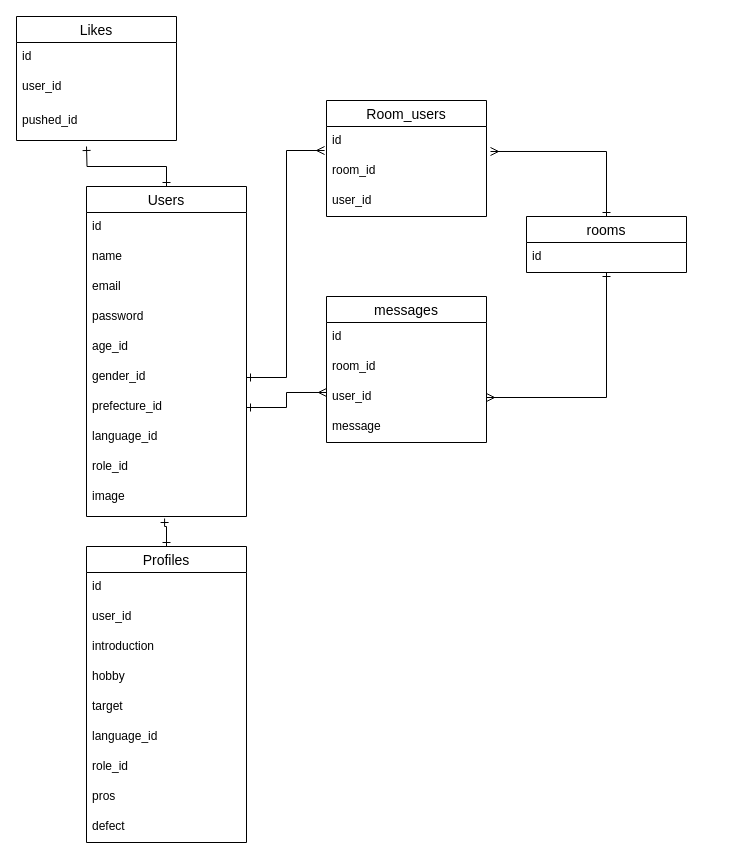
Before: ER図.dio in kiiii8r/e_matching_app, a draw.io diagram. Source tidied: cells renumbered, new cells numbered last; positions are measured from the earlier drawing's top-left corner, leaving out a move shared by most shapes. Both pictures are drawn from the tidied source at 100%, with x=0, y=0 at pixel (16, 16).
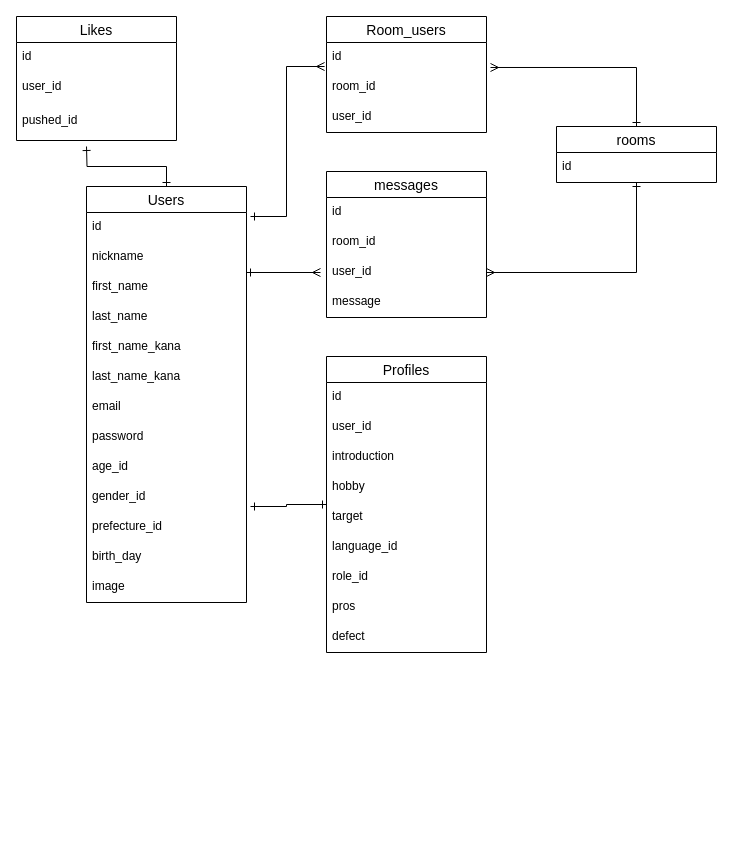
The same diagram, later.

Unchanged cells that the change refers to:
```xml
<mxCell id="22" value="id" style="text;strokeColor=none;fillColor=none;spacingLeft=4;spacingRight=4;overflow=hidden;points=[[0,0.5],[1,0.5]];portConstraint=eastwest;fontSize=12;" parent="21" vertex="1">
  <mxGeometry y="26" width="160" height="30" as="geometry" />
</mxCell>
<mxCell id="28" value="user_id" style="text;strokeColor=none;fillColor=none;spacingLeft=4;spacingRight=4;overflow=hidden;points=[[0,0.5],[1,0.5]];portConstraint=eastwest;fontSize=12;" parent="25" vertex="1">
  <mxGeometry y="86" width="160" height="30" as="geometry" />
</mxCell>
```

What changed in the source:
```diff
@@
-    <mxCell id="6" style="edgeStyle=orthogonalEdgeStyle;rounded=0;jettySize=auto;html=1;endArrow=ERone;endFill=0;startArrow=ERone;startFill=0;entryX=0.488;entryY=1.059;entryDx=0;entryDy=0;entryPerimeter=0;" parent="1" edge="1" source="34" target="18">
-      <mxGeometry relative="1" as="geometry">
-        <Array as="points">
-          <mxPoint x="150" y="510" />
-          <mxPoint x="148" y="510" />
-        </Array>
-      </mxGeometry>
+    <mxCell id="6" style="edgeStyle=orthogonalEdgeStyle;rounded=0;jettySize=auto;html=1;endArrow=ERone;endFill=0;startArrow=ERone;startFill=0;entryX=1.025;entryY=0.8;entryDx=0;entryDy=0;entryPerimeter=0;" parent="1" edge="1" source="34" target="14">
+      <mxGeometry relative="1" as="geometry" />
     </mxCell>
@@
     <mxCell id="8" value="Users" style="swimlane;fontStyle=0;horizontal=1;startSize=26;align=center;fontSize=14;" parent="1" vertex="1">
-      <mxGeometry x="70" y="170" width="160" height="330" as="geometry" />
+      <mxGeometry x="70" y="170" width="160" height="416" as="geometry" />
     </mxCell>
@@
-    <mxCell id="10" value="name" style="text;strokeColor=none;fillColor=none;spacingLeft=4;spacingRight=4;overflow=hidden;fontSize=12;" parent="8" vertex="1">
+    <mxCell id="10" value="nickname" style="text;strokeColor=none;fillColor=none;spacingLeft=4;spacingRight=4;overflow=hidden;fontSize=12;" parent="8" vertex="1">
       <mxGeometry y="56" width="160" height="30" as="geometry" />
     </mxCell>
-    <mxCell id="11" value="email" style="text;strokeColor=none;fillColor=none;spacingLeft=4;spacingRight=4;overflow=hidden;fontSize=12;" parent="8" vertex="1">
+    <mxCell id="11" value="first_name" style="text;strokeColor=none;fillColor=none;spacingLeft=4;spacingRight=4;overflow=hidden;fontSize=12;" parent="8" vertex="1">
       <mxGeometry y="86" width="160" height="30" as="geometry" />
     </mxCell>
+    <mxCell id="31" style="edgeStyle=orthogonalEdgeStyle;rounded=0;orthogonalLoop=1;jettySize=auto;html=1;startArrow=ERone;startFill=0;endArrow=ERmany;endFill=0;" parent="8" edge="1">
+      <mxGeometry relative="1" as="geometry">
+        <mxPoint x="160" y="86" as="sourcePoint" />
+        <mxPoint x="234" y="86" as="targetPoint" />
+        <Array as="points">
+          <mxPoint x="160" y="86" />
+          <mxPoint x="234" y="86" />
+        </Array>
+      </mxGeometry>
+    </mxCell>
+    <mxCell id="44" value="last_name" style="text;strokeColor=none;fillColor=none;spacingLeft=4;spacingRight=4;overflow=hidden;fontSize=12;" parent="8" vertex="1">
+      <mxGeometry y="116" width="160" height="30" as="geometry" />
+    </mxCell>
+    <mxCell id="45" value="first_name_kana" style="text;strokeColor=none;fillColor=none;spacingLeft=4;spacingRight=4;overflow=hidden;fontSize=12;" parent="8" vertex="1">
+      <mxGeometry y="146" width="160" height="30" as="geometry" />
+    </mxCell>
+    <mxCell id="46" value="last_name_kana" style="text;strokeColor=none;fillColor=none;spacingLeft=4;spacingRight=4;overflow=hidden;fontSize=12;" parent="8" vertex="1">
+      <mxGeometry y="176" width="160" height="30" as="geometry" />
+    </mxCell>
+    <mxCell id="47" value="email" style="text;strokeColor=none;fillColor=none;spacingLeft=4;spacingRight=4;overflow=hidden;fontSize=12;" parent="8" vertex="1">
+      <mxGeometry y="206" width="160" height="30" as="geometry" />
+    </mxCell>
     <mxCell id="12" value="password" style="text;strokeColor=none;fillColor=none;spacingLeft=4;spacingRight=4;overflow=hidden;fontSize=12;" parent="8" vertex="1">
-      <mxGeometry y="116" width="160" height="30" as="geometry" />
+      <mxGeometry y="236" width="160" height="30" as="geometry" />
     </mxCell>
     <mxCell id="13" value="age_id" style="text;strokeColor=none;fillColor=none;spacingLeft=4;spacingRight=4;overflow=hidden;fontSize=12;" parent="8" vertex="1">
-      <mxGeometry y="146" width="160" height="30" as="geometry" />
+      <mxGeometry y="266" width="160" height="30" as="geometry" />
     </mxCell>
     <mxCell id="14" value="gender_id" style="text;strokeColor=none;fillColor=none;spacingLeft=4;spacingRight=4;overflow=hidden;points=[[0,0.5],[1,0.5]];portConstraint=eastwest;fontSize=12;" parent="8" vertex="1">
-      <mxGeometry y="176" width="160" height="30" as="geometry" />
+      <mxGeometry y="296" width="160" height="30" as="geometry" />
     </mxCell>
     <mxCell id="15" value="prefecture_id" style="text;strokeColor=none;fillColor=none;spacingLeft=4;spacingRight=4;overflow=hidden;points=[[0,0.5],[1,0.5]];portConstraint=eastwest;fontSize=12;" parent="8" vertex="1">
-      <mxGeometry y="206" width="160" height="30" as="geometry" />
+      <mxGeometry y="326" width="160" height="30" as="geometry" />
     </mxCell>
-    <mxCell id="16" value="language_id" style="text;strokeColor=none;fillColor=none;spacingLeft=4;spacingRight=4;overflow=hidden;fontSize=12;" parent="8" vertex="1">
-      <mxGeometry y="236" width="160" height="30" as="geometry" />
-    </mxCell>
-    <mxCell id="17" value="role_id&#10;" style="text;strokeColor=none;fillColor=none;spacingLeft=4;spacingRight=4;overflow=hidden;fontSize=12;" parent="8" vertex="1">
-      <mxGeometry y="266" width="160" height="30" as="geometry" />
-    </mxCell>
+    <mxCell id="48" value="birth_day" style="text;strokeColor=none;fillColor=none;spacingLeft=4;spacingRight=4;overflow=hidden;fontSize=12;" parent="8" vertex="1">
+      <mxGeometry y="356" width="160" height="30" as="geometry" />
+    </mxCell>
     <mxCell id="18" value="image" style="text;strokeColor=none;fillColor=none;spacingLeft=4;spacingRight=4;overflow=hidden;points=[[0,0.5],[1,0.5]];portConstraint=eastwest;fontSize=12;" parent="8" vertex="1">
-      <mxGeometry y="296" width="160" height="34" as="geometry" />
+      <mxGeometry y="386" width="160" height="30" as="geometry" />
     </mxCell>
@@
+    <mxCell id="30" style="edgeStyle=orthogonalEdgeStyle;rounded=0;jettySize=auto;html=1;entryX=-0.012;entryY=0.8;entryDx=0;entryDy=0;entryPerimeter=0;startArrow=ERone;startFill=0;endArrow=ERmany;endFill=0;" parent="1" edge="1" target="22">
+      <mxGeometry relative="1" as="geometry">
+        <mxPoint x="234" y="200" as="sourcePoint" />
+        <Array as="points">
+          <mxPoint x="234" y="200" />
+          <mxPoint x="270" y="200" />
+          <mxPoint x="270" y="50" />
+        </Array>
+      </mxGeometry>
+    </mxCell>
     <mxCell id="21" value="Room_users" style="swimlane;fontStyle=0;horizontal=1;startSize=26;align=center;fontSize=14;" parent="1" vertex="1">
-      <mxGeometry x="310" y="84" width="160" height="116" as="geometry" />
+      <mxGeometry x="310" width="160" height="116" as="geometry" />
     </mxCell>
@@
     <mxCell id="25" value="messages" style="swimlane;fontStyle=0;horizontal=1;startSize=26;align=center;fontSize=14;" parent="1" vertex="1">
-      <mxGeometry x="310" y="280" width="160" height="146" as="geometry" />
+      <mxGeometry x="310" y="155" width="160" height="146" as="geometry" />
     </mxCell>
@@
-    <mxCell id="30" style="edgeStyle=orthogonalEdgeStyle;rounded=0;jettySize=auto;html=1;entryX=-0.012;entryY=0.8;entryDx=0;entryDy=0;entryPerimeter=0;startArrow=ERone;startFill=0;endArrow=ERmany;endFill=0;" parent="1" edge="1" source="14" target="22">
-      <mxGeometry relative="1" as="geometry" />
-    </mxCell>
-    <mxCell id="31" style="edgeStyle=orthogonalEdgeStyle;rounded=0;jettySize=auto;html=1;entryX=0;entryY=0.333;entryDx=0;entryDy=0;entryPerimeter=0;startArrow=ERone;startFill=0;endArrow=ERmany;endFill=0;" parent="1" edge="1" source="15" target="28">
-      <mxGeometry relative="1" as="geometry" />
-    </mxCell>
     <mxCell id="32" value="rooms" style="swimlane;fontStyle=0;horizontal=1;startSize=26;align=center;fontSize=14;" parent="1" vertex="1">
-      <mxGeometry x="510" y="200" width="160" height="56" as="geometry" />
+      <mxGeometry x="540" y="110" width="160" height="56" as="geometry" />
     </mxCell>
@@
     <mxCell id="34" value="Profiles" style="swimlane;fontStyle=0;horizontal=1;startSize=26;align=center;fontSize=14;" parent="1" vertex="1">
-      <mxGeometry x="70" y="530" width="160" height="296" as="geometry" />
+      <mxGeometry x="310" y="340" width="160" height="296" as="geometry" />
     </mxCell>
```
